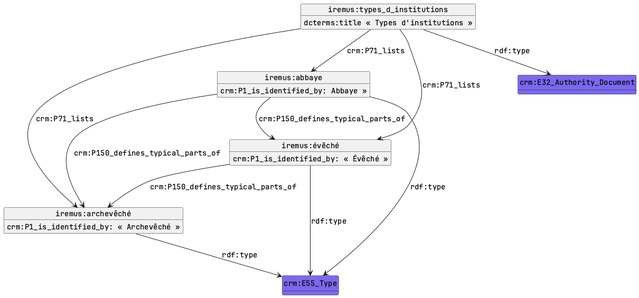
This is 20260312-cm-crm/refar-institutions.png from Amleth/communications, a PlantUML export, as it was before one commit.
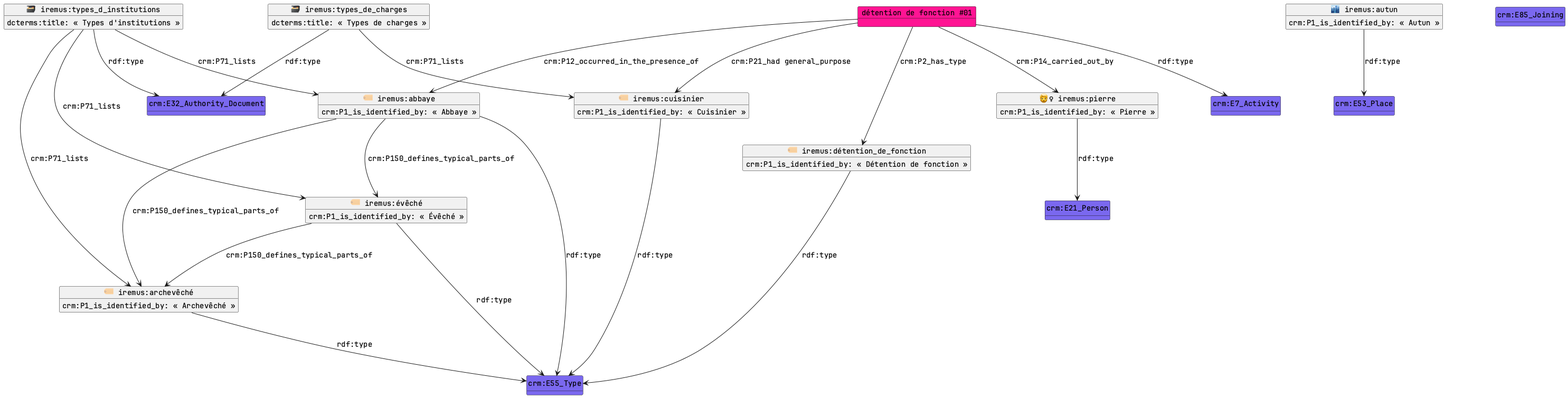
Later version of the same file.

Diff of the diagram source:
```diff
@@ -4,38 +4,78 @@
 skinparam defaultFontSize 14
 hide methods
 hide circle
+skinparam nodesep 100
+skinparam ranksep 100
 
-object "iremus:archevêché" as o_arc  {
+object "🗃️ iremus:types_d_institutions" as o_tdi {
+    dcterms:title: « Types d'institutions »
+}
+o_tdi --> "crm:E32_Authority_Document" : "rdf:type"
+
+object "🗃️ iremus:types_de_charges" as o_tdf {
+    dcterms:title: « Types de charges »
+}
+o_tdf --> "crm:E32_Authority_Document" : "rdf:type"
+
+object "🏙️ iremus:autun" as o_aut {
+    crm:P1_is_identified_by: « Autun »
+}
+o_aut --> "crm:E53_Place" : "rdf:type"
+
+object "🏷️ iremus:archevêché" as o_arc  {
     crm:P1_is_identified_by: « Archevêché »
 }
+o_arc --> "crm:E55_Type" : "rdf:type"
 
-object "iremus:évêché" as o_eve  {
+object "🏷️ iremus:évêché" as o_eve  {
     crm:P1_is_identified_by: « Évêché »
 }
+o_eve --> "crm:E55_Type" : "rdf:type"
 
-object "iremus:abbaye" as o_abb  {
-    crm:P1_is_identified_by: Abbaye »
+object "🏷️ iremus:abbaye" as o_abb  {
+    crm:P1_is_identified_by: « Abbaye »
 }
-
-object "iremus:types_d_institutions" as o_tdi {
-    dcterms:title « Types d'institutions »
-}
-
-class crm:E55_Type #MediumSlateBlue {}
-class crm:E32_Authority_Document #MediumSlateBlue {}
-
-o_arc --> "crm:E55_Type" : "rdf:type"
-o_eve --> "crm:E55_Type" : "rdf:type"
 o_abb --> "crm:E55_Type" : "rdf:type"
 
-o_tdi --> "crm:E32_Authority_Document" : "rdf:type"
+object "🏷️ iremus:détention_de_fonction" as o_det  {
+    crm:P1_is_identified_by: « Détention de fonction »
+}
+o_det --> "crm:E55_Type" : "rdf:type"
+
+object "🧔‍♀️ iremus:pierre" as o_e21 {
+    crm:P1_is_identified_by: « Pierre »
+}
+o_e21 --> "crm:E21_Person" : "rdf:type"
+
+object "détention de fonction #01" as o_fn1 #DeepPink {
+
+}
+o_fn1 --> "crm:E7_Activity" : "rdf:type"
+
+object "🏷️ iremus:cuisinier" as o_cui {
+    crm:P1_is_identified_by: « Cuisinier »
+}
+o_cui --> "crm:E55_Type" : "rdf:type"
+
+class crm:E7_Activity #MediumSlateBlue {}
+class crm:E32_Authority_Document #MediumSlateBlue {}
+class crm:E21_Person #MediumSlateBlue {}
+class crm:E53_Place #MediumSlateBlue {}
+class crm:E55_Type #MediumSlateBlue {}
+class crm:E85_Joining #MediumSlateBlue {}
 
 o_tdi --> o_arc : "crm:P71_lists"
 o_tdi --> o_eve : "crm:P71_lists"
 o_tdi --> o_abb : "crm:P71_lists"
+o_tdf --> o_cui : "crm:P71_lists"
 
 o_eve --> o_arc : "crm:P150_defines_typical_parts_of"
 o_abb --> o_eve : "crm:P150_defines_typical_parts_of"
 o_abb --> o_arc : "crm:P150_defines_typical_parts_of"
 
+o_fn1 --> o_det : "crm:P2_has_type"
+o_fn1 --> o_e21 : "crm:P14_carried_out_by"
+o_fn1 --> o_abb : "crm:P12_occurred_in_the_presence_of"
+o_fn1 --> o_cui : "crm:P21_had general_purpose"
+
 @enduml
```
